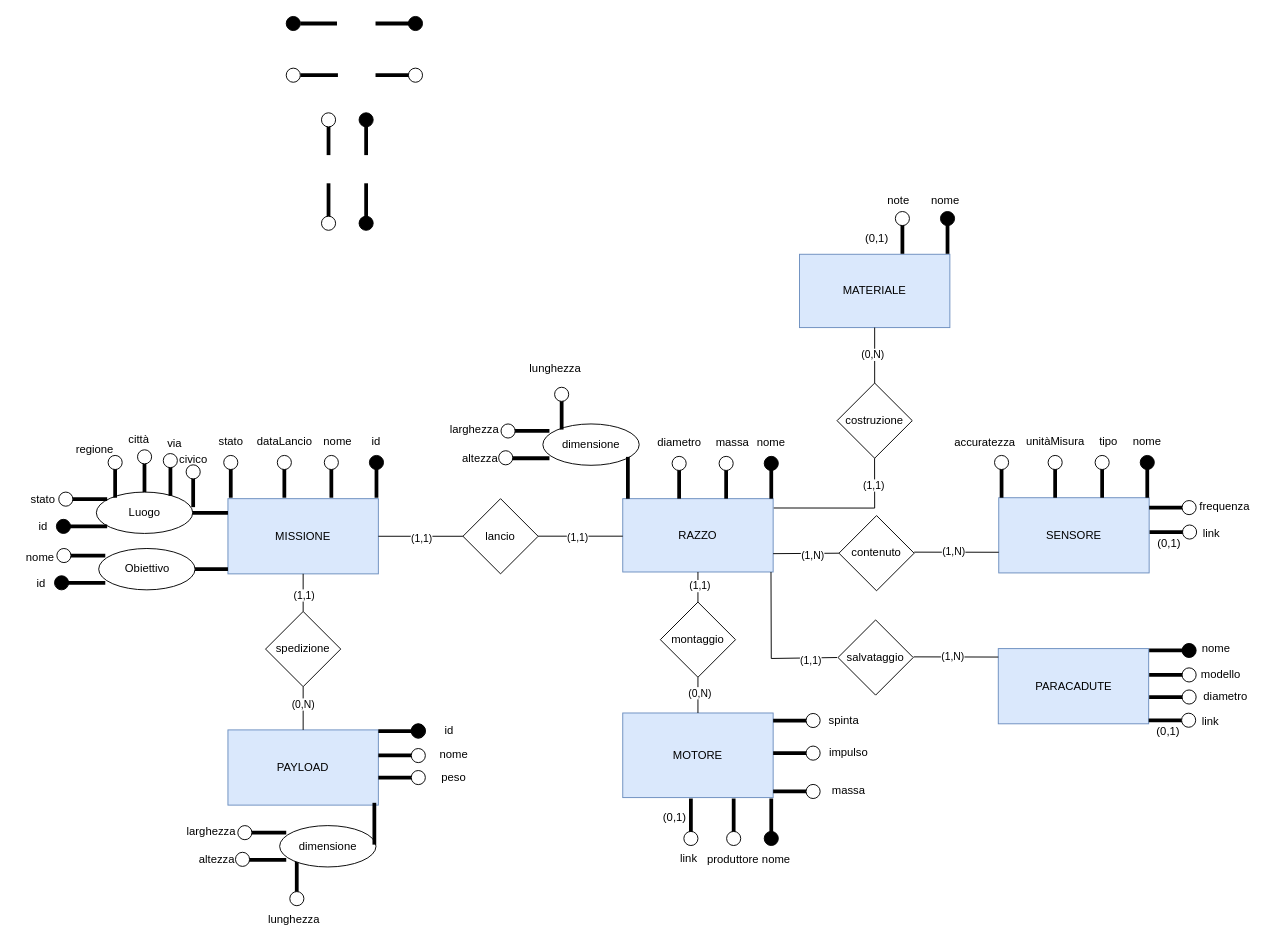
PulgaLuca/Database-Unibo keeps this draw.io diagram as page "1 rotto" (2 of 10) of docs/ART-model.drawio. Above is the earlier version. Source tidied: cells renumbered, new cells numbered last; positions are measured from the earlier drawing's top-left corner, leaving out a move shared by most shapes. Both pictures are drawn from the tidied source at 94%, with x=0, y=0 at pixel (16, 16).
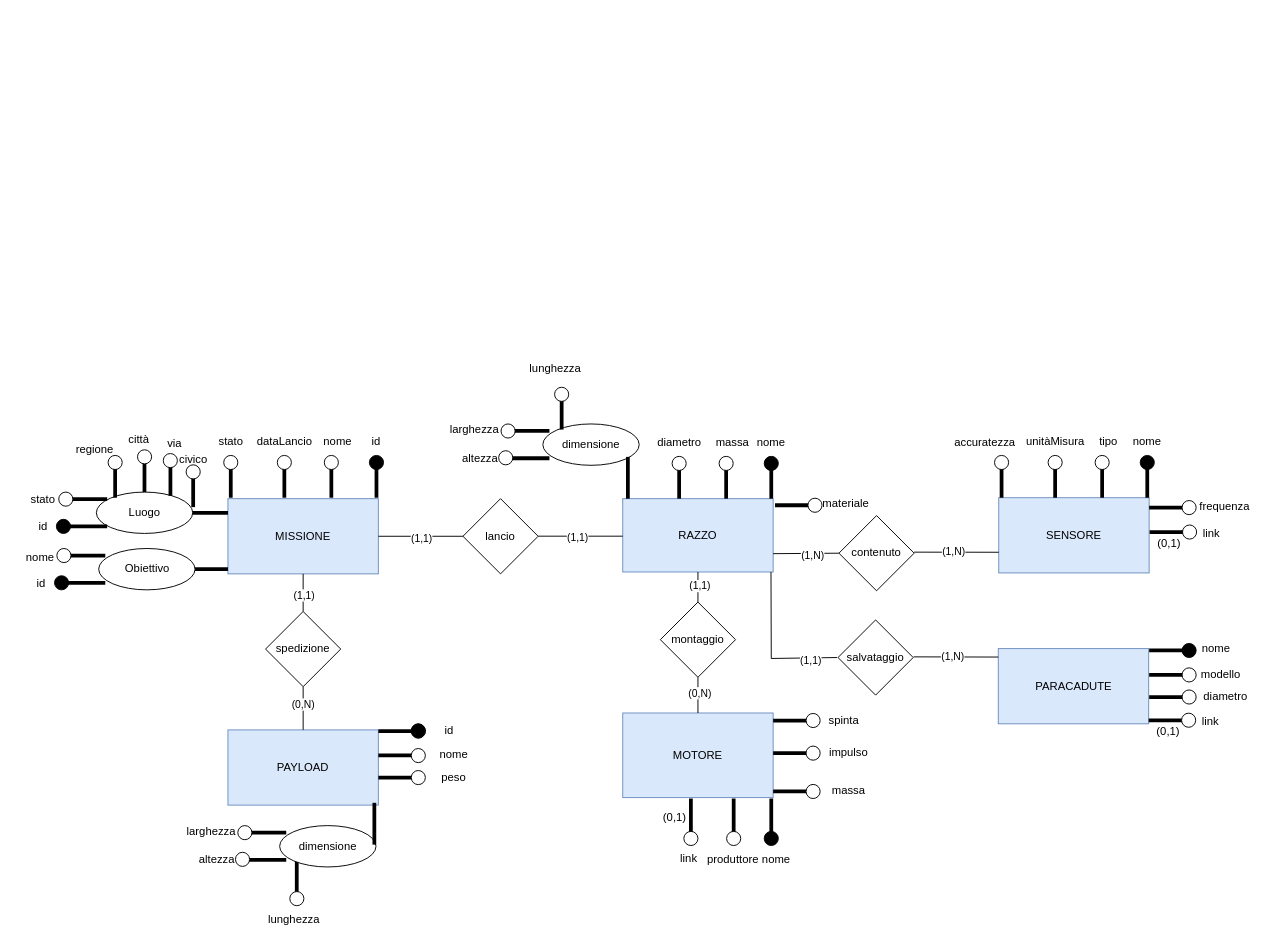
The same diagram, later.

Unchanged cells that the change refers to:
```xml
<mxCell id="44" value="RAZZO" style="rounded=0;whiteSpace=wrap;html=1;fillColor=#dae8fc;strokeColor=#6c8ebf;" parent="1" vertex="1">
  <mxGeometry x="645" y="513" width="160" height="78" as="geometry" />
</mxCell>
```

Change to the diagram source:
```diff
@@
-    <mxCell id="146" value="costruzione" style="rhombus;whiteSpace=wrap;html=1;" parent="1" vertex="1">
-      <mxGeometry x="873" y="390" width="80" height="80" as="geometry" />
-    </mxCell>
-    <mxCell id="147" value="MATERIALE" style="rounded=0;whiteSpace=wrap;html=1;fillColor=#dae8fc;strokeColor=#6c8ebf;" parent="1" vertex="1">
-      <mxGeometry x="833" y="253" width="160" height="78" as="geometry" />
-    </mxCell>
-    <mxCell id="148" style="endArrow=none;html=1;rounded=0;entryX=0.5;entryY=1;entryDx=0;entryDy=0;exitX=0.5;exitY=0;exitDx=0;exitDy=0;" parent="1" edge="1" source="146" target="147">
-      <mxGeometry relative="1" as="geometry" />
-    </mxCell>
-    <mxCell id="149" value="(0,N)" style="edgeLabel;html=1;align=center;verticalAlign=middle;" parent="148" vertex="1">
-      <mxGeometry x="0.06" y="3" relative="1" as="geometry" />
-    </mxCell>
-    <mxCell id="150" style="endArrow=none;html=1;rounded=0;entryX=0.5;entryY=1;entryDx=0;entryDy=0;" parent="1" edge="1">
-      <mxGeometry relative="1" as="geometry">
-        <mxPoint x="913" y="523" as="sourcePoint" />
-        <mxPoint x="912.9" y="470" as="targetPoint" />
-      </mxGeometry>
-    </mxCell>
-    <mxCell id="151" value="(1,1)" style="edgeLabel;html=1;align=center;verticalAlign=middle;" parent="150" vertex="1">
-      <mxGeometry x="-0.04" y="1" relative="1" as="geometry" />
-    </mxCell>
-    <mxCell id="152" style="endArrow=none;html=1;rounded=0;exitX=1.004;exitY=0.127;exitDx=0;exitDy=0;exitPerimeter=0;" parent="1" edge="1" source="44">
-      <mxGeometry relative="1" as="geometry">
-        <mxPoint x="913" y="523" as="targetPoint" />
-      </mxGeometry>
-    </mxCell>
-    <mxCell id="153" style="line;strokeWidth=4;html=1;perimeter=backbonePerimeter;rotation=-90;" parent="1" vertex="1">
-      <mxGeometry x="922.5" y="227.5" width="40" height="10" as="geometry" />
-    </mxCell>
-    <mxCell id="154" style="ellipse;whiteSpace=wrap;html=1;" parent="1" vertex="1">
-      <mxGeometry x="935" y="207.5" width="15" height="15" as="geometry" />
-    </mxCell>
-    <mxCell id="155" style="line;strokeWidth=4;html=1;perimeter=backbonePerimeter;rotation=-90;" parent="1" vertex="1">
-      <mxGeometry x="970.5" y="227.5" width="40" height="10" as="geometry" />
-    </mxCell>
-    <mxCell id="156" style="ellipse;whiteSpace=wrap;html=1;fillColor=#000000;" parent="1" vertex="1">
-      <mxGeometry x="983" y="207.5" width="15" height="15" as="geometry" />
-    </mxCell>
-    <mxCell id="157" value="nome" style="text;html=1;align=center;verticalAlign=middle;strokeColor=none;fillColor=none;" parent="1" vertex="1">
-      <mxGeometry x="962.5" y="180.5" width="50" height="30" as="geometry" />
-    </mxCell>
-    <mxCell id="158" value="(0,1)" style="text;html=1;align=center;verticalAlign=middle;strokeColor=none;fillColor=none;" parent="1" vertex="1">
-      <mxGeometry x="890" y="221" width="50" height="30" as="geometry" />
-    </mxCell>
-    <mxCell id="159" value="note" style="text;html=1;align=center;verticalAlign=middle;strokeColor=none;fillColor=none;" parent="1" vertex="1">
-      <mxGeometry x="912.5" y="180.5" width="50" height="30" as="geometry" />
-    </mxCell>
@@
-    <mxCell id="180" style="line;strokeWidth=4;html=1;perimeter=backbonePerimeter;" parent="1" vertex="1">
-      <mxGeometry x="382" y="2.5" width="39" height="10" as="geometry" />
-    </mxCell>
-    <mxCell id="181" style="line;strokeWidth=4;html=1;perimeter=backbonePerimeter;" parent="1" vertex="1">
-      <mxGeometry x="382" y="57.5" width="40" height="10" as="geometry" />
-    </mxCell>
-    <mxCell id="182" style="ellipse;whiteSpace=wrap;html=1;" parent="1" vertex="1">
-      <mxGeometry x="417" y="55" width="15" height="15" as="geometry" />
-    </mxCell>
-    <mxCell id="183" style="ellipse;whiteSpace=wrap;html=1;fillColor=#000000;" parent="1" vertex="1">
-      <mxGeometry x="417" width="15" height="15" as="geometry" />
-    </mxCell>
-    <mxCell id="184" style="line;strokeWidth=4;html=1;perimeter=backbonePerimeter;" parent="1" vertex="1">
-      <mxGeometry x="302" y="2.5" width="39" height="10" as="geometry" />
-    </mxCell>
-    <mxCell id="185" style="line;strokeWidth=4;html=1;perimeter=backbonePerimeter;" parent="1" vertex="1">
-      <mxGeometry x="302" y="57.5" width="40" height="10" as="geometry" />
-    </mxCell>
-    <mxCell id="186" style="ellipse;whiteSpace=wrap;html=1;" parent="1" vertex="1">
-      <mxGeometry x="287" y="55" width="15" height="15" as="geometry" />
-    </mxCell>
-    <mxCell id="187" style="ellipse;whiteSpace=wrap;html=1;fillColor=#000000;" parent="1" vertex="1">
-      <mxGeometry x="287" width="15" height="15" as="geometry" />
-    </mxCell>
-    <mxCell id="188" style="line;strokeWidth=4;html=1;perimeter=backbonePerimeter;rotation=-90;" parent="1" vertex="1">
-      <mxGeometry x="312" y="122.5" width="40" height="10" as="geometry" />
-    </mxCell>
-    <mxCell id="189" style="ellipse;whiteSpace=wrap;html=1;" parent="1" vertex="1">
-      <mxGeometry x="324.5" y="102.5" width="15" height="15" as="geometry" />
-    </mxCell>
-    <mxCell id="190" style="line;strokeWidth=4;html=1;perimeter=backbonePerimeter;rotation=-90;" parent="1" vertex="1">
-      <mxGeometry x="352" y="122.5" width="40" height="10" as="geometry" />
-    </mxCell>
-    <mxCell id="191" style="ellipse;whiteSpace=wrap;html=1;fillColor=#000000;" parent="1" vertex="1">
-      <mxGeometry x="364.5" y="102.5" width="15" height="15" as="geometry" />
-    </mxCell>
-    <mxCell id="192" style="line;strokeWidth=4;html=1;perimeter=backbonePerimeter;rotation=-90;" parent="1" vertex="1">
-      <mxGeometry x="312" y="192.5" width="40" height="10" as="geometry" />
-    </mxCell>
-    <mxCell id="193" style="ellipse;whiteSpace=wrap;html=1;" parent="1" vertex="1">
-      <mxGeometry x="324.5" y="212.5" width="15" height="15" as="geometry" />
-    </mxCell>
-    <mxCell id="194" style="line;strokeWidth=4;html=1;perimeter=backbonePerimeter;rotation=-90;" parent="1" vertex="1">
-      <mxGeometry x="352" y="192.5" width="40" height="10" as="geometry" />
-    </mxCell>
-    <mxCell id="195" style="ellipse;whiteSpace=wrap;html=1;fillColor=#000000;" parent="1" vertex="1">
-      <mxGeometry x="364.5" y="212.5" width="15" height="15" as="geometry" />
-    </mxCell>
+    <mxCell id="196" style="line;strokeWidth=4;html=1;perimeter=backbonePerimeter;" parent="1" vertex="1">
+      <mxGeometry x="807" y="515" width="40" height="10" as="geometry" />
+    </mxCell>
+    <mxCell id="197" style="ellipse;whiteSpace=wrap;html=1;" parent="1" vertex="1">
+      <mxGeometry x="842" y="512.5" width="15" height="15" as="geometry" />
+    </mxCell>
+    <mxCell id="198" value="materiale" style="text;html=1;align=center;verticalAlign=middle;strokeColor=none;fillColor=none;" parent="1" vertex="1">
+      <mxGeometry x="847" y="503" width="70" height="30" as="geometry" />
+    </mxCell>
```
